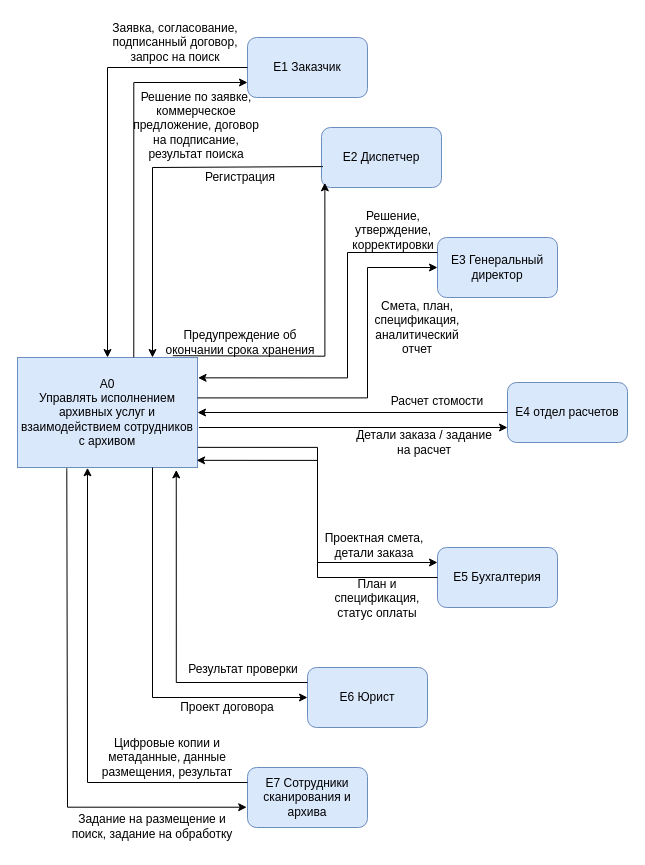
ig1rkas/DATABASES_PIn_09.03.03_2025-2026-2027 keeps this draw.io diagram as lab1/А-0.drawio.xml. Above is the earlier version. Source tidied: cells renumbered, new cells numbered last; positions are measured from the earlier drawing's top-left corner, leaving out a move shared by most shapes. Both pictures are drawn from the tidied source at 100%, with x=0, y=0 at pixel (17, 17).
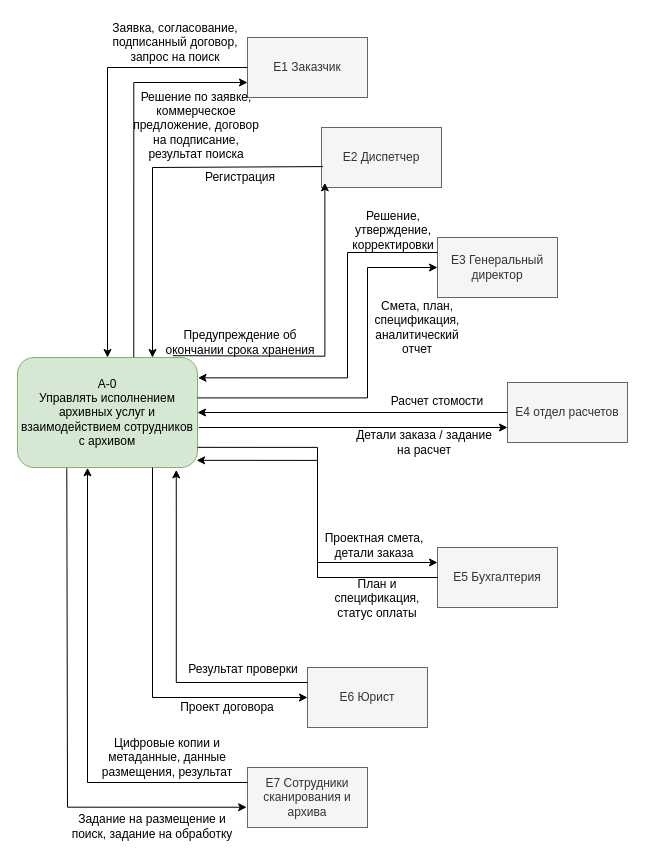
After the change.

The edit, as a diff of the source:
```diff
@@
-    <mxCell id="2" value="&lt;div&gt;А0&lt;/div&gt;Управлять исполнением архивных услуг и взаимодействием сотрудников с архивом" style="rounded=0;whiteSpace=wrap;html=1;fillColor=#dae8fc;strokeColor=#6c8ebf;" parent="1" vertex="1">
+    <mxCell id="2" value="&lt;div&gt;А-0&lt;/div&gt;Управлять исполнением архивных услуг и взаимодействием сотрудников с архивом" style="rounded=1;whiteSpace=wrap;html=1;fillColor=#d5e8d4;strokeColor=#82b366;roundedPerimeter=1;" parent="1" vertex="1">
       <mxGeometry y="340" width="180" height="110" as="geometry" />
     </mxCell>
-    <mxCell id="3" value="E1 Заказчик" style="rounded=1;whiteSpace=wrap;html=1;fillColor=#dae8fc;strokeColor=#6c8ebf;" parent="1" vertex="1">
+    <mxCell id="3" value="E1 Заказчик" style="rounded=0;whiteSpace=wrap;html=1;fillColor=#f5f5f5;strokeColor=#666666;fontColor=#333333;" parent="1" vertex="1">
       <mxGeometry x="230" y="20" width="120" height="60" as="geometry" />
     </mxCell>
@@
-    <mxCell id="6" value="E2 Диспетчер" style="rounded=1;whiteSpace=wrap;html=1;fillColor=#dae8fc;strokeColor=#6c8ebf;" parent="1" vertex="1">
+    <mxCell id="6" value="E2 Диспетчер" style="rounded=0;whiteSpace=wrap;html=1;fillColor=#f5f5f5;strokeColor=#666666;fontColor=#333333;" parent="1" vertex="1">
       <mxGeometry x="304" y="110" width="120" height="60" as="geometry" />
     </mxCell>
@@
-    <mxCell id="13" value="E3 Генеральный директор" style="rounded=1;whiteSpace=wrap;html=1;fillColor=#dae8fc;strokeColor=#6c8ebf;" parent="1" vertex="1">
+    <mxCell id="13" value="E3 Генеральный директор" style="rounded=0;whiteSpace=wrap;html=1;fillColor=#f5f5f5;strokeColor=#666666;fontColor=#333333;" parent="1" vertex="1">
       <mxGeometry x="420" y="220" width="120" height="60" as="geometry" />
     </mxCell>
@@
-    <mxCell id="18" value="E4 отдел расчетов" style="rounded=1;whiteSpace=wrap;html=1;fillColor=#dae8fc;strokeColor=#6c8ebf;" parent="1" vertex="1">
+    <mxCell id="18" value="E4 отдел расчетов" style="rounded=0;whiteSpace=wrap;html=1;fillColor=#f5f5f5;strokeColor=#666666;fontColor=#333333;" parent="1" vertex="1">
       <mxGeometry x="490" y="365" width="120" height="60" as="geometry" />
     </mxCell>
@@
-    <mxCell id="23" value="E5 Бухгалтерия" style="rounded=1;whiteSpace=wrap;html=1;fillColor=#dae8fc;strokeColor=#6c8ebf;" parent="1" vertex="1">
+    <mxCell id="23" value="E5 Бухгалтерия" style="rounded=0;whiteSpace=wrap;html=1;fillColor=#f5f5f5;strokeColor=#666666;fontColor=#333333;" parent="1" vertex="1">
       <mxGeometry x="420" y="530" width="120" height="60" as="geometry" />
     </mxCell>
@@
-    <mxCell id="27" value="E6 Юрист" style="rounded=1;whiteSpace=wrap;html=1;fillColor=#dae8fc;strokeColor=#6c8ebf;" parent="1" vertex="1">
+    <mxCell id="27" value="E6 Юрист" style="rounded=0;whiteSpace=wrap;html=1;fillColor=#f5f5f5;strokeColor=#666666;fontColor=#333333;" parent="1" vertex="1">
       <mxGeometry x="290" y="650" width="120" height="60" as="geometry" />
     </mxCell>
@@
-    <mxCell id="32" value="E7 Сотрудники сканирования и архива" style="rounded=1;whiteSpace=wrap;html=1;fillColor=#dae8fc;strokeColor=#6c8ebf;" parent="1" vertex="1">
+    <mxCell id="32" value="E7 Сотрудники сканирования и архива" style="rounded=0;whiteSpace=wrap;html=1;fillColor=#f5f5f5;strokeColor=#666666;fontColor=#333333;" parent="1" vertex="1">
       <mxGeometry x="230" y="750" width="120" height="60" as="geometry" />
     </mxCell>
```
